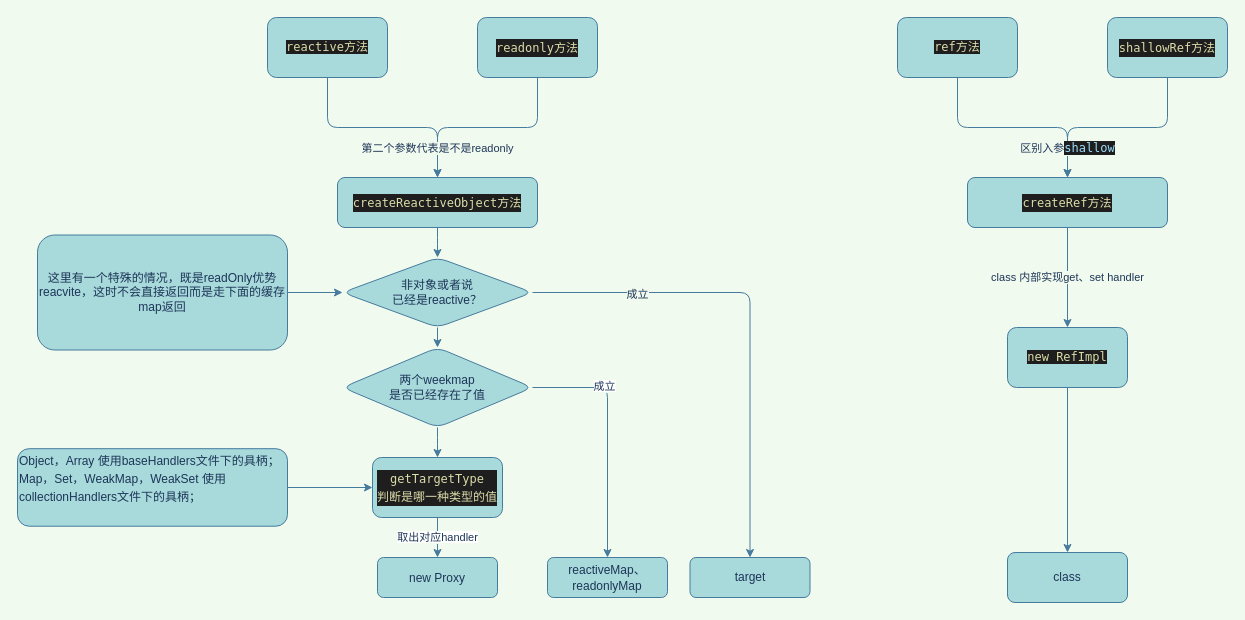
The draw.io diagram vue3/reactivity/resource/drawio/reactive.drawio in OnlyALittle/jsNote, before the edit. Source tidied: cells renumbered, new cells numbered last; positions are measured from the earlier drawing's top-left corner, leaving out a move shared by most shapes. Both pictures are drawn from the tidied source at 100%, with x=0, y=0 at pixel (17, 17).
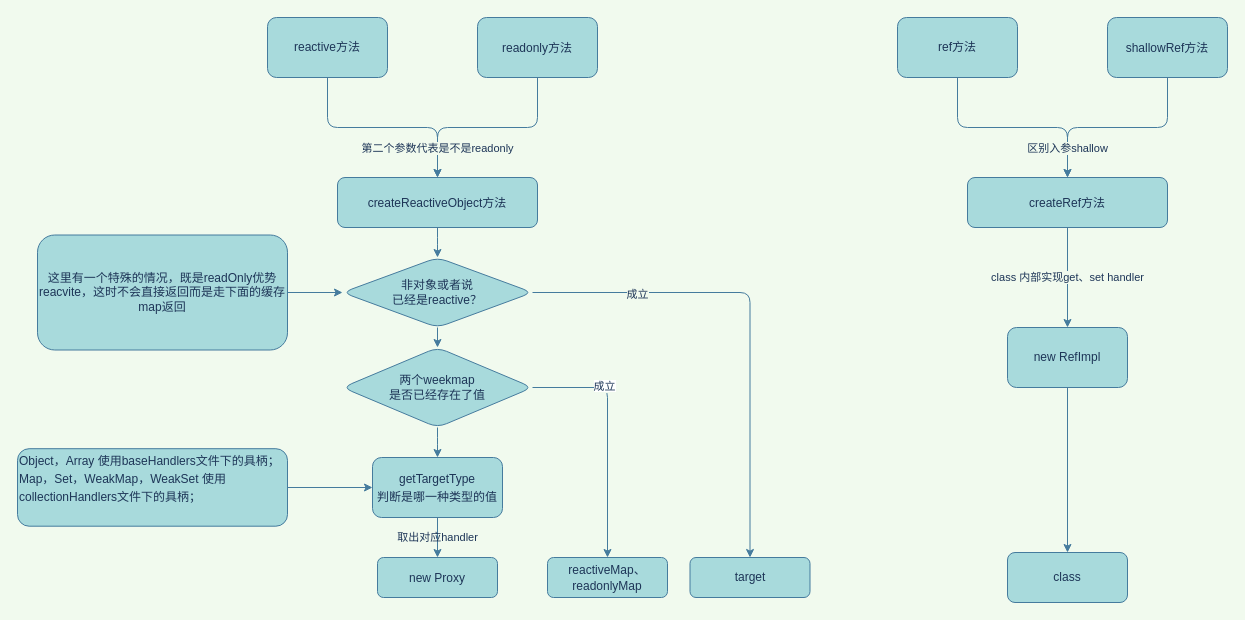
The same diagram, later.

Unchanged cells that the change refers to:
```xml
<mxCell id="18" value="&lt;div style=&quot;line-height: 18px&quot;&gt;new Proxy&lt;/div&gt;" style="whiteSpace=wrap;html=1;fillColor=#A8DADC;strokeColor=#457B9D;fontColor=#1D3557;rounded=1;" parent="1" vertex="1">
  <mxGeometry x="360" y="540" width="120" height="40" as="geometry" />
</mxCell>
<mxCell id="29" style="edgeStyle=orthogonalEdgeStyle;jettySize=auto;html=1;exitX=0.5;exitY=1;exitDx=0;exitDy=0;entryX=0.5;entryY=0;entryDx=0;entryDy=0;strokeColor=#457B9D;fontColor=#1D3557;labelBackgroundColor=#F1FAEE;" parent="1" edge="1" source="31" target="34">
  <mxGeometry relative="1" as="geometry" />
</mxCell>
```

The edit, as a diff of the source:
```diff
@@
-    <mxCell id="3" value="&lt;span style=&quot;color: rgb(220 , 220 , 170) ; font-family: &amp;#34;menlo&amp;#34; , &amp;#34;monaco&amp;#34; , &amp;#34;courier new&amp;#34; , monospace ; background-color: rgb(30 , 30 , 30)&quot;&gt;reactive方法&lt;/span&gt;" style="whiteSpace=wrap;html=1;fillColor=#A8DADC;strokeColor=#457B9D;fontColor=#1D3557;rounded=1;" parent="1" vertex="1">
+    <mxCell id="3" value="reactive方法" style="whiteSpace=wrap;html=1;fillColor=#A8DADC;strokeColor=#457B9D;fontColor=#1D3557;rounded=1;" parent="1" vertex="1">
       <mxGeometry x="250" width="120" height="60" as="geometry" />
     </mxCell>
@@
-    <mxCell id="6" value="&lt;div style=&quot;color: rgb(212 , 212 , 212) ; background-color: rgb(30 , 30 , 30) ; font-family: &amp;#34;menlo&amp;#34; , &amp;#34;monaco&amp;#34; , &amp;#34;courier new&amp;#34; , monospace ; line-height: 18px&quot;&gt;&lt;span style=&quot;color: #dcdcaa&quot;&gt;readonly方法&lt;/span&gt;&lt;/div&gt;" style="whiteSpace=wrap;html=1;fillColor=#A8DADC;strokeColor=#457B9D;fontColor=#1D3557;rounded=1;" parent="1" vertex="1">
+    <mxCell id="6" value="&lt;div style=&quot;line-height: 18px&quot;&gt;readonly方法&lt;/div&gt;" style="whiteSpace=wrap;html=1;fillColor=#A8DADC;strokeColor=#457B9D;fontColor=#1D3557;rounded=1;" parent="1" vertex="1">
       <mxGeometry x="460" width="120" height="60" as="geometry" />
     </mxCell>
@@
-    <mxCell id="9" value="&lt;div style=&quot;color: rgb(212 , 212 , 212) ; background-color: rgb(30 , 30 , 30) ; font-family: &amp;#34;menlo&amp;#34; , &amp;#34;monaco&amp;#34; , &amp;#34;courier new&amp;#34; , monospace ; line-height: 18px&quot;&gt;&lt;span style=&quot;color: #dcdcaa&quot;&gt;createReactiveObject方法&lt;/span&gt;&lt;/div&gt;" style="whiteSpace=wrap;html=1;fillColor=#A8DADC;strokeColor=#457B9D;fontColor=#1D3557;rounded=1;" parent="1" vertex="1">
+    <mxCell id="9" value="&lt;div style=&quot;line-height: 18px&quot;&gt;createReactiveObject方法&lt;/div&gt;" style="whiteSpace=wrap;html=1;fillColor=#A8DADC;strokeColor=#457B9D;fontColor=#1D3557;rounded=1;" parent="1" vertex="1">
       <mxGeometry x="320" y="160" width="200" height="50" as="geometry" />
     </mxCell>
@@
-    <mxCell id="23" value="&lt;span style=&quot;background-color: rgb(255 , 255 , 255)&quot;&gt;取出对应handler&lt;/span&gt;" style="edgeStyle=orthogonalEdgeStyle;jettySize=auto;html=1;strokeColor=#457B9D;fillColor=#A8DADC;fontColor=#1D3557;labelBackgroundColor=#F1FAEE;" parent="1" edge="1" source="24" target="18">
+    <mxCell id="23" value="&lt;span style=&quot;&quot;&gt;取出对应handler&lt;/span&gt;" style="edgeStyle=orthogonalEdgeStyle;jettySize=auto;html=1;strokeColor=#457B9D;fillColor=#A8DADC;fontColor=#1D3557;labelBackgroundColor=none;" parent="1" edge="1" source="24" target="18">
       <mxGeometry relative="1" as="geometry" />
     </mxCell>
-    <mxCell id="24" value="&lt;div style=&quot;color: rgb(212 , 212 , 212) ; background-color: rgb(30 , 30 , 30) ; font-family: &amp;#34;menlo&amp;#34; , &amp;#34;monaco&amp;#34; , &amp;#34;courier new&amp;#34; , monospace ; line-height: 18px&quot;&gt;&lt;span style=&quot;color: #dcdcaa&quot;&gt;getTargetType&lt;br&gt;判断是哪一种类型的值&lt;/span&gt;&lt;/div&gt;" style="whiteSpace=wrap;html=1;fillColor=#A8DADC;strokeColor=#457B9D;fontColor=#1D3557;rounded=1;" parent="1" vertex="1">
+    <mxCell id="24" value="&lt;div style=&quot;line-height: 18px&quot;&gt;getTargetType&lt;br&gt;判断是哪一种类型的值&lt;/div&gt;" style="whiteSpace=wrap;html=1;fillColor=#A8DADC;strokeColor=#457B9D;fontColor=#1D3557;rounded=1;" parent="1" vertex="1">
       <mxGeometry x="355" y="440" width="130" height="60" as="geometry" />
     </mxCell>
@@
-    <mxCell id="28" value="&lt;span style=&quot;color: rgb(220 , 220 , 170) ; background-color: rgb(30 , 30 , 30) ; font-family: &amp;#34;menlo&amp;#34; , &amp;#34;monaco&amp;#34; , &amp;#34;courier new&amp;#34; , monospace&quot;&gt;ref&lt;/span&gt;&lt;span style=&quot;color: rgb(220 , 220 , 170) ; font-family: &amp;#34;menlo&amp;#34; , &amp;#34;monaco&amp;#34; , &amp;#34;courier new&amp;#34; , monospace ; background-color: rgb(30 , 30 , 30)&quot;&gt;方法&lt;/span&gt;" style="whiteSpace=wrap;html=1;fillColor=#A8DADC;strokeColor=#457B9D;fontColor=#1D3557;rounded=1;" parent="1" vertex="1">
+    <mxCell id="28" value="ref方法" style="whiteSpace=wrap;html=1;fillColor=#A8DADC;strokeColor=#457B9D;fontColor=#1D3557;rounded=1;" parent="1" vertex="1">
       <mxGeometry x="880" width="120" height="60" as="geometry" />
     </mxCell>
@@
-    <mxCell id="30" value="区别入参&lt;span style=&quot;color: rgb(156 , 220 , 254) ; background-color: rgb(30 , 30 , 30) ; font-family: &amp;#34;menlo&amp;#34; , &amp;#34;monaco&amp;#34; , &amp;#34;courier new&amp;#34; , monospace ; font-size: 12px&quot;&gt;shallow&lt;/span&gt;" style="edgeLabel;html=1;align=center;verticalAlign=middle;fontColor=#1D3557;rounded=1;labelBackgroundColor=#F1FAEE;" parent="29" vertex="1">
+    <mxCell id="30" value="区别入参shallow" style="edgeLabel;html=1;align=center;verticalAlign=middle;fontColor=#1D3557;rounded=1;labelBackgroundColor=#F1FAEE;" parent="29" vertex="1">
       <mxGeometry x="0.7" y="-1" relative="1" as="geometry" />
     </mxCell>
-    <mxCell id="31" value="&lt;div style=&quot;color: rgb(212 , 212 , 212) ; background-color: rgb(30 , 30 , 30) ; font-family: &amp;#34;menlo&amp;#34; , &amp;#34;monaco&amp;#34; , &amp;#34;courier new&amp;#34; , monospace ; line-height: 18px&quot;&gt;&lt;span style=&quot;color: rgb(220 , 220 , 170) ; font-family: &amp;#34;menlo&amp;#34; , &amp;#34;monaco&amp;#34; , &amp;#34;courier new&amp;#34; , monospace&quot;&gt;shallowRef&lt;/span&gt;&lt;span style=&quot;color: #dcdcaa&quot;&gt;方法&lt;/span&gt;&lt;/div&gt;" style="whiteSpace=wrap;html=1;fillColor=#A8DADC;strokeColor=#457B9D;fontColor=#1D3557;rounded=1;" parent="1" vertex="1">
+    <mxCell id="31" value="&lt;div style=&quot;line-height: 18px&quot;&gt;shallowRef方法&lt;/div&gt;" style="whiteSpace=wrap;html=1;fillColor=#A8DADC;strokeColor=#457B9D;fontColor=#1D3557;rounded=1;" parent="1" vertex="1">
       <mxGeometry x="1090" width="120" height="60" as="geometry" />
     </mxCell>
@@
-    <mxCell id="34" value="&lt;div style=&quot;line-height: 18px ; background-color: rgb(30 , 30 , 30) ; font-family: &amp;#34;menlo&amp;#34; , &amp;#34;monaco&amp;#34; , &amp;#34;courier new&amp;#34; , monospace&quot;&gt;&lt;span style=&quot;color: rgb(220 , 220 , 170) ; font-family: &amp;#34;menlo&amp;#34; , &amp;#34;monaco&amp;#34; , &amp;#34;courier new&amp;#34; , monospace&quot;&gt;createRef&lt;/span&gt;&lt;span style=&quot;color: rgb(220 , 220 , 170)&quot;&gt;方法&lt;/span&gt;&lt;/div&gt;" style="whiteSpace=wrap;html=1;fillColor=#A8DADC;strokeColor=#457B9D;fontColor=#1D3557;rounded=1;" parent="1" vertex="1">
+    <mxCell id="34" value="&lt;div style=&quot;line-height: 18px&quot;&gt;createRef方法&lt;/div&gt;" style="whiteSpace=wrap;html=1;fillColor=#A8DADC;strokeColor=#457B9D;fontColor=#1D3557;rounded=1;" parent="1" vertex="1">
       <mxGeometry x="950" y="160" width="200" height="50" as="geometry" />
     </mxCell>
@@
-    <mxCell id="36" value="&lt;span style=&quot;color: rgb(220 , 220 , 170) ; font-family: &amp;#34;menlo&amp;#34; , &amp;#34;monaco&amp;#34; , &amp;#34;courier new&amp;#34; , monospace ; background-color: rgb(30 , 30 , 30)&quot;&gt;new RefImpl&lt;/span&gt;" style="whiteSpace=wrap;html=1;fillColor=#A8DADC;strokeColor=#457B9D;fontColor=#1D3557;rounded=1;" parent="1" vertex="1">
+    <mxCell id="36" value="new RefImpl" style="whiteSpace=wrap;html=1;fillColor=#A8DADC;strokeColor=#457B9D;fontColor=#1D3557;rounded=1;" parent="1" vertex="1">
       <mxGeometry x="990" y="310" width="120" height="60" as="geometry" />
     </mxCell>
```
